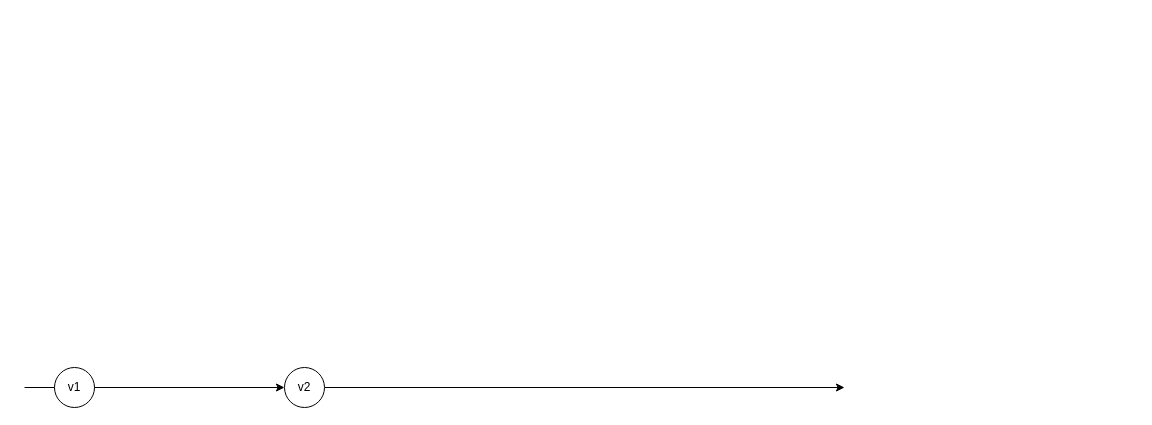
This is Branching strategy for LMe Server.drawio from dingzhanxing/Diagram, a draw.io file, before an edit. Source tidied: cells renumbered, new cells numbered last; positions are measured from the earlier drawing's top-left corner, leaving out a move shared by most shapes. Both pictures are drawn from the tidied source at 100%, with x=0, y=0 at pixel (24, 367).
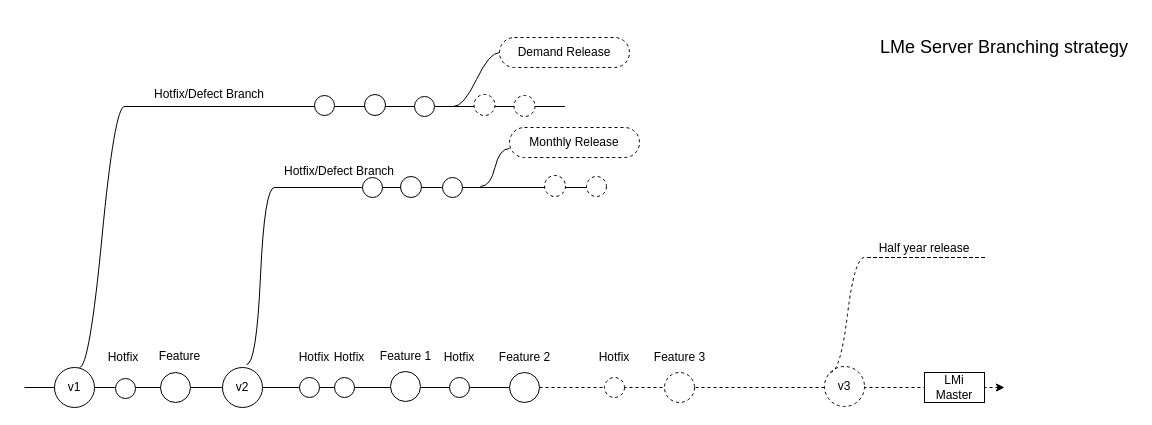
The same diagram, later.

Diff of the diagram source:
```diff
@@
-    <mxCell id="2" style="endArrow=classic;html=1;" parent="1" edge="1" source="3">
+    <mxCell id="2" style="endArrow=classic;html=1;dashed=1;exitX=1;exitY=0.5;exitDx=0;exitDy=0;" parent="1" edge="1" source="30">
       <mxGeometry relative="1" as="geometry">
-        <mxPoint x="820" y="20" as="targetPoint" />
+        <mxPoint x="980" y="20" as="targetPoint" />
       </mxGeometry>
     </mxCell>
-    <mxCell id="3" value="v2" style="ellipse;whiteSpace=wrap;html=1;" parent="1" vertex="1">
-      <mxGeometry x="260" width="40" height="40" as="geometry" />
-    </mxCell>
-    <mxCell id="4" style="endArrow=classic;html=1;" parent="1" edge="1" target="3">
+    <mxCell id="4" style="endArrow=classic;html=1;entryX=1;entryY=0.5;entryDx=0;entryDy=0;" parent="1" edge="1" target="30">
       <mxGeometry relative="1" as="geometry">
         <mxPoint y="20" as="sourcePoint" />
       </mxGeometry>
     </mxCell>
@@
+    <mxCell id="6" value="LMi Master" style="rounded=0;whiteSpace=wrap;html=1;" parent="1" vertex="1">
+      <mxGeometry x="900" y="5" width="60" height="30" as="geometry" />
+    </mxCell>
+    <mxCell id="7" style="whiteSpace=wrap;html=1;shape=partialRectangle;top=0;left=0;bottom=1;right=0;points=[[0,1],[1,1]];strokeColor=#000000;fillColor=none;align=center;verticalAlign=bottom;routingCenterY=0.5;snapToPoint=1;" parent="1" vertex="1">
+      <mxGeometry x="100" y="-281" width="440" height="20" as="geometry" />
+    </mxCell>
+    <mxCell id="8" style="ellipse;whiteSpace=wrap;html=1;" parent="7" vertex="1">
+      <mxGeometry x="240" y="8" width="21" height="21" as="geometry" />
+    </mxCell>
+    <mxCell id="9" style="ellipse;whiteSpace=wrap;html=1;" parent="7" vertex="1">
+      <mxGeometry x="190" y="9" width="20" height="20" as="geometry" />
+    </mxCell>
+    <mxCell id="10" style="edgeStyle=entityRelationEdgeStyle;startArrow=none;endArrow=none;segment=10;curved=1;" parent="1" edge="1" target="7">
+      <mxGeometry relative="1" as="geometry">
+        <mxPoint x="55" as="sourcePoint" />
+      </mxGeometry>
+    </mxCell>
+    <mxCell id="11" style="whiteSpace=wrap;html=1;shape=partialRectangle;top=0;left=0;bottom=1;right=0;points=[[0,1],[1,1]];strokeColor=#000000;fillColor=none;align=center;verticalAlign=bottom;routingCenterY=0.5;snapToPoint=1;" parent="1" vertex="1">
+      <mxGeometry x="250" y="-210" width="330" height="30" as="geometry" />
+    </mxCell>
+    <mxCell id="12" value="Hotfix/Defect Branch" style="text;html=1;strokeColor=none;fillColor=none;align=center;verticalAlign=middle;whiteSpace=wrap;rounded=0;" parent="11" vertex="1">
+      <mxGeometry y="4" width="130" height="20" as="geometry" />
+    </mxCell>
+    <mxCell id="13" style="ellipse;whiteSpace=wrap;html=1;dashed=1;" parent="11" vertex="1">
+      <mxGeometry x="270" y="18" width="21" height="21" as="geometry" />
+    </mxCell>
+    <mxCell id="14" style="ellipse;whiteSpace=wrap;html=1;dashed=1;" parent="11" vertex="1">
+      <mxGeometry x="312" y="19" width="20" height="20" as="geometry" />
+    </mxCell>
+    <mxCell id="15" style="edgeStyle=entityRelationEdgeStyle;startArrow=none;endArrow=none;segment=10;curved=1;entryX=0;entryY=1;entryDx=0;entryDy=0;" parent="1" edge="1" target="11">
+      <mxGeometry relative="1" as="geometry">
+        <mxPoint x="222" y="-3" as="sourcePoint" />
+      </mxGeometry>
+    </mxCell>
+    <mxCell id="16" value="v3" style="ellipse;whiteSpace=wrap;html=1;dashed=1;" parent="1" vertex="1">
+      <mxGeometry x="800" y="-1" width="40" height="40" as="geometry" />
+    </mxCell>
+    <mxCell id="17" style="ellipse;whiteSpace=wrap;html=1;" parent="1" vertex="1">
+      <mxGeometry x="390" y="-271" width="20" height="20" as="geometry" />
+    </mxCell>
+    <mxCell id="18" value="Hotfix/Defect Branch" style="text;html=1;strokeColor=none;fillColor=none;align=center;verticalAlign=middle;whiteSpace=wrap;rounded=0;" parent="1" vertex="1">
+      <mxGeometry x="120" y="-283" width="130" height="20" as="geometry" />
+    </mxCell>
+    <mxCell id="19" style="ellipse;whiteSpace=wrap;html=1;" parent="1" vertex="1">
+      <mxGeometry x="376" y="-191" width="21" height="21" as="geometry" />
+    </mxCell>
+    <mxCell id="20" style="ellipse;whiteSpace=wrap;html=1;" parent="1" vertex="1">
+      <mxGeometry x="338" y="-190" width="20" height="20" as="geometry" />
+    </mxCell>
+    <mxCell id="21" style="ellipse;whiteSpace=wrap;html=1;" parent="1" vertex="1">
+      <mxGeometry x="418" y="-190" width="20" height="20" as="geometry" />
+    </mxCell>
+    <mxCell id="22" style="ellipse;whiteSpace=wrap;html=1;" parent="1" vertex="1">
+      <mxGeometry x="275" y="10" width="20" height="20" as="geometry" />
+    </mxCell>
+    <mxCell id="23" value="Hotfix" style="text;html=1;strokeColor=none;fillColor=none;align=center;verticalAlign=middle;whiteSpace=wrap;rounded=0;" parent="1" vertex="1">
+      <mxGeometry x="270" y="-20" width="40" height="20" as="geometry" />
+    </mxCell>
+    <mxCell id="24" style="ellipse;whiteSpace=wrap;html=1;" parent="1" vertex="1">
+      <mxGeometry x="310" y="10" width="20" height="20" as="geometry" />
+    </mxCell>
+    <mxCell id="25" value="Hotfix" style="text;html=1;strokeColor=none;fillColor=none;align=center;verticalAlign=middle;whiteSpace=wrap;rounded=0;" parent="1" vertex="1">
+      <mxGeometry x="305" y="-20" width="40" height="20" as="geometry" />
+    </mxCell>
+    <mxCell id="26" style="ellipse;whiteSpace=wrap;html=1;" parent="1" vertex="1">
+      <mxGeometry x="366" y="4" width="30" height="30" as="geometry" />
+    </mxCell>
+    <mxCell id="27" value="Feature 1" style="text;html=1;strokeColor=none;fillColor=none;align=center;verticalAlign=middle;whiteSpace=wrap;rounded=0;" parent="1" vertex="1">
+      <mxGeometry x="352" y="-21" width="59" height="20" as="geometry" />
+    </mxCell>
+    <mxCell id="28" style="ellipse;whiteSpace=wrap;html=1;" parent="1" vertex="1">
+      <mxGeometry x="425" y="10" width="20" height="20" as="geometry" />
+    </mxCell>
+    <mxCell id="29" value="Hotfix" style="text;html=1;strokeColor=none;fillColor=none;align=center;verticalAlign=middle;whiteSpace=wrap;rounded=0;" parent="1" vertex="1">
+      <mxGeometry x="415" y="-20" width="40" height="20" as="geometry" />
+    </mxCell>
+    <mxCell id="30" style="ellipse;whiteSpace=wrap;html=1;" parent="1" vertex="1">
+      <mxGeometry x="485" y="5" width="30" height="30" as="geometry" />
+    </mxCell>
+    <mxCell id="31" value="Feature 2" style="text;html=1;strokeColor=none;fillColor=none;align=center;verticalAlign=middle;whiteSpace=wrap;rounded=0;" parent="1" vertex="1">
+      <mxGeometry x="470.5" y="-20" width="59" height="20" as="geometry" />
+    </mxCell>
+    <mxCell id="32" style="ellipse;whiteSpace=wrap;html=1;dashed=1;" parent="1" vertex="1">
+      <mxGeometry x="580" y="10" width="20" height="20" as="geometry" />
+    </mxCell>
+    <mxCell id="33" value="Hotfix" style="text;html=1;strokeColor=none;fillColor=none;align=center;verticalAlign=middle;whiteSpace=wrap;rounded=0;" parent="1" vertex="1">
+      <mxGeometry x="570" y="-20" width="40" height="20" as="geometry" />
+    </mxCell>
+    <mxCell id="34" style="ellipse;whiteSpace=wrap;html=1;dashed=1;" parent="1" vertex="1">
+      <mxGeometry x="640" y="5" width="30" height="30" as="geometry" />
+    </mxCell>
+    <mxCell id="35" value="Feature 3" style="text;html=1;strokeColor=none;fillColor=none;align=center;verticalAlign=middle;whiteSpace=wrap;rounded=0;" parent="1" vertex="1">
+      <mxGeometry x="625.5" y="-20" width="59" height="20" as="geometry" />
+    </mxCell>
+    <mxCell id="36" value="Monthly Release" style="whiteSpace=wrap;html=1;rounded=1;arcSize=50;align=center;verticalAlign=middle;strokeWidth=1;spacing=4;dashed=1;" parent="1" vertex="1">
+      <mxGeometry x="485" y="-240" width="130" height="30" as="geometry" />
+    </mxCell>
+    <mxCell id="37" style="edgeStyle=entityRelationEdgeStyle;startArrow=none;endArrow=none;segment=10;curved=1;exitX=0.624;exitY=0.967;exitDx=0;exitDy=0;exitPerimeter=0;" parent="1" edge="1" source="11">
+      <mxGeometry relative="1" as="geometry">
+        <mxPoint x="485" y="-219" as="targetPoint" />
+      </mxGeometry>
+    </mxCell>
+    <mxCell id="38" value="Demand Release" style="whiteSpace=wrap;html=1;rounded=1;arcSize=50;align=center;verticalAlign=middle;strokeWidth=1;spacing=4;dashed=1;" parent="1" vertex="1">
+      <mxGeometry x="475" y="-330" width="130" height="30" as="geometry" />
+    </mxCell>
+    <mxCell id="39" style="edgeStyle=entityRelationEdgeStyle;startArrow=none;endArrow=none;segment=10;curved=1;" parent="1" edge="1" target="38">
+      <mxGeometry relative="1" as="geometry">
+        <mxPoint x="429" y="-261" as="sourcePoint" />
+      </mxGeometry>
+    </mxCell>
+    <mxCell id="40" style="ellipse;whiteSpace=wrap;html=1;dashed=1;" parent="1" vertex="1">
+      <mxGeometry x="449.5" y="-273" width="21" height="21" as="geometry" />
+    </mxCell>
+    <mxCell id="41" style="ellipse;whiteSpace=wrap;html=1;dashed=1;" parent="1" vertex="1">
+      <mxGeometry x="489.5" y="-272" width="21" height="21" as="geometry" />
+    </mxCell>
+    <mxCell id="42" value="Half year release" style="whiteSpace=wrap;html=1;shape=partialRectangle;top=0;left=0;bottom=1;right=0;points=[[0,1],[1,1]];strokeColor=#000000;fillColor=none;align=center;verticalAlign=bottom;routingCenterY=0.5;snapToPoint=1;dashed=1;" parent="1" vertex="1">
+      <mxGeometry x="840" y="-130" width="120" height="20" as="geometry" />
+    </mxCell>
+    <mxCell id="43" style="edgeStyle=entityRelationEdgeStyle;startArrow=none;endArrow=none;segment=10;curved=1;exitX=0;exitY=0;exitDx=0;exitDy=0;dashed=1;" parent="1" edge="1" source="16" target="42">
+      <mxGeometry relative="1" as="geometry" />
+    </mxCell>
+    <mxCell id="3" value="v2" style="ellipse;whiteSpace=wrap;html=1;" parent="1" vertex="1">
+      <mxGeometry x="198" width="40" height="40" as="geometry" />
+    </mxCell>
+    <mxCell id="44" value="&lt;font style=&quot;font-size: 18px&quot;&gt;LMe Server Branching strategy&lt;/font&gt;" style="text;html=1;strokeColor=none;fillColor=none;align=center;verticalAlign=middle;whiteSpace=wrap;rounded=0;dashed=1;" parent="1" vertex="1">
+      <mxGeometry x="850" y="-350" width="260" height="60" as="geometry" />
+    </mxCell>
+    <mxCell id="45" style="ellipse;whiteSpace=wrap;html=1;" parent="1" vertex="1">
+      <mxGeometry x="136" y="5" width="30" height="30" as="geometry" />
+    </mxCell>
+    <mxCell id="46" style="ellipse;whiteSpace=wrap;html=1;" parent="1" vertex="1">
+      <mxGeometry x="91" y="11" width="20" height="20" as="geometry" />
+    </mxCell>
+    <mxCell id="47" value="Feature" style="text;html=1;strokeColor=none;fillColor=none;align=center;verticalAlign=middle;whiteSpace=wrap;rounded=0;" parent="1" vertex="1">
+      <mxGeometry x="126" y="-21" width="59" height="20" as="geometry" />
+    </mxCell>
+    <mxCell id="48" value="Hotfix" style="text;html=1;strokeColor=none;fillColor=none;align=center;verticalAlign=middle;whiteSpace=wrap;rounded=0;" parent="1" vertex="1">
+      <mxGeometry x="79" y="-20" width="40" height="20" as="geometry" />
+    </mxCell>
```
